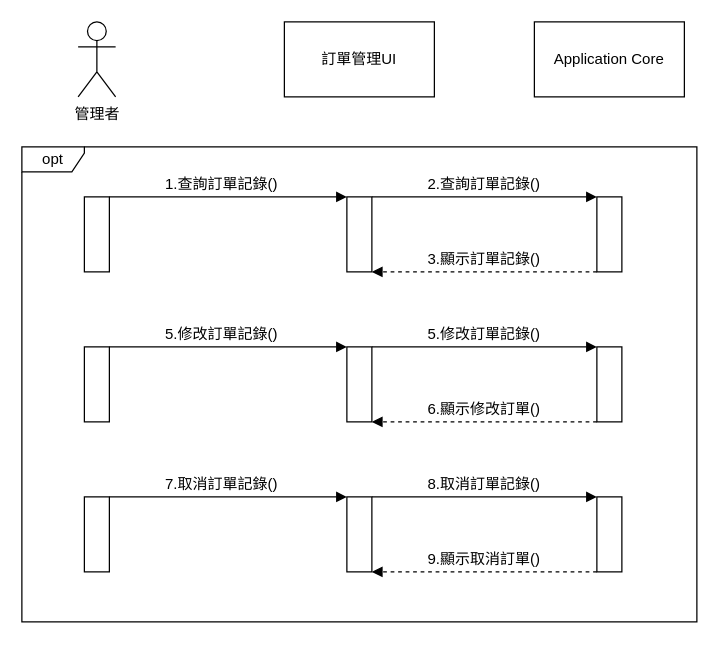
The draw.io diagram 01_document/04_UI循序圖/UI循序圖_訂單管理(管理者).drawio in gnshiun/WebProject, before the edit. Source tidied: cells renumbered, new cells numbered last; positions are measured from the earlier drawing's top-left corner, leaving out a move shared by most shapes. Both pictures are drawn from the tidied source at 125%, with x=0, y=0 at pixel (21, 21).
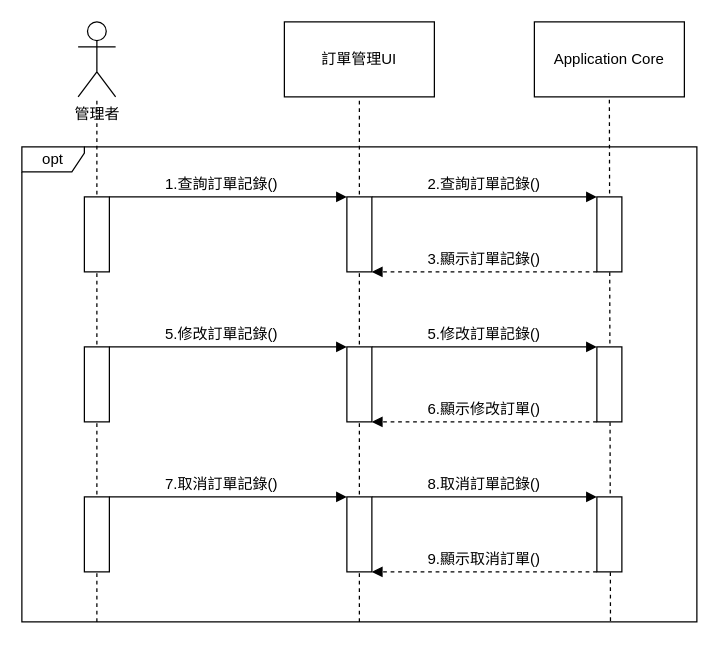
The same page after the edit.

Commit message:
Update UI循序圖_訂單管理(管理者).drawio

The change refers to these unchanged cells:
```xml
<mxCell id="2" value="管理者" style="shape=umlActor;verticalLabelPosition=bottom;verticalAlign=top;html=1;outlineConnect=0;" parent="1" vertex="1">
  <mxGeometry x="45" width="30" height="60" as="geometry" />
</mxCell>
<mxCell id="3" value="訂單管理UI" style="rounded=0;whiteSpace=wrap;html=1;" parent="1" vertex="1">
  <mxGeometry x="210" width="120" height="60" as="geometry" />
</mxCell>
<mxCell id="4" value="Application Core" style="rounded=0;whiteSpace=wrap;html=1;" parent="1" vertex="1">
  <mxGeometry x="410" width="120" height="60" as="geometry" />
</mxCell>
<mxCell id="23" value="opt" style="shape=umlFrame;whiteSpace=wrap;html=1;width=50;height=20;" parent="1" vertex="1">
  <mxGeometry y="100" width="540" height="380" as="geometry" />
</mxCell>
```

What changed in the source:
```diff
@@
+    <mxCell id="33" style="endArrow=none;dashed=1;html=1;entryX=0.5;entryY=1;entryDx=0;entryDy=0;exitX=0.872;exitY=0.998;exitDx=0;exitDy=0;exitPerimeter=0;" parent="1" edge="1" source="23" target="4">
+      <mxGeometry relative="1" as="geometry" />
+    </mxCell>
+    <mxCell id="34" style="endArrow=none;dashed=1;html=1;entryX=0.5;entryY=1;entryDx=0;entryDy=0;" parent="1" edge="1" target="3">
+      <mxGeometry relative="1" as="geometry">
+        <mxPoint x="270" y="480" as="sourcePoint" />
+      </mxGeometry>
+    </mxCell>
+    <mxCell id="35" style="endArrow=none;dashed=1;html=1;" parent="1" edge="1" target="2">
+      <mxGeometry relative="1" as="geometry">
+        <mxPoint x="60" y="480" as="sourcePoint" />
+      </mxGeometry>
+    </mxCell>
```
